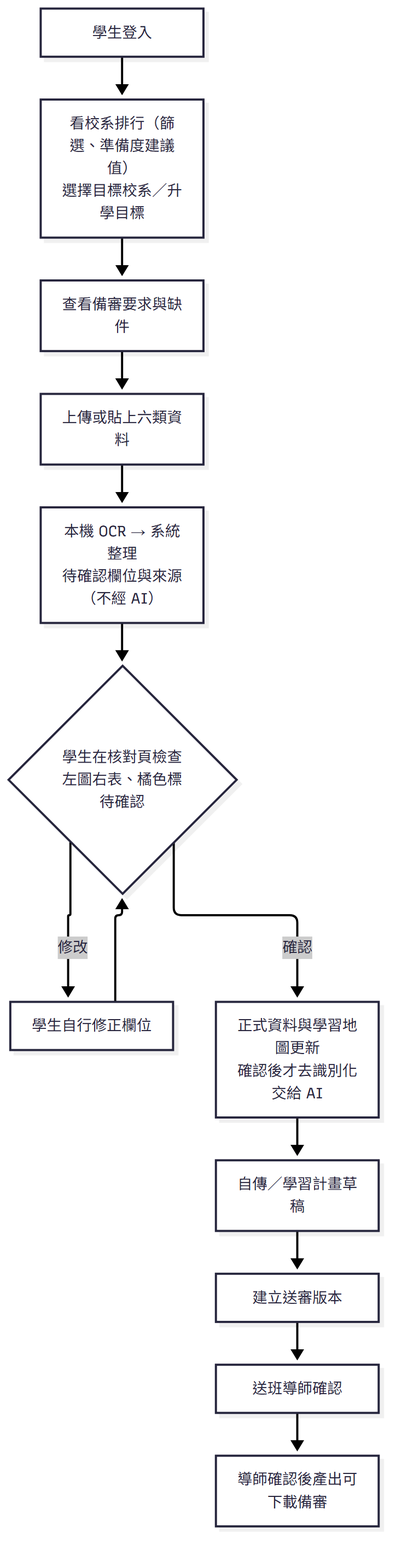
Above: docs/images/D-36-student-detailed-flow.png in 111534107/smart-learning-portfolio-main (Mermaid), before the change. Its source is kept beside it as docs/images/D-36-student-detailed-flow.mmd.
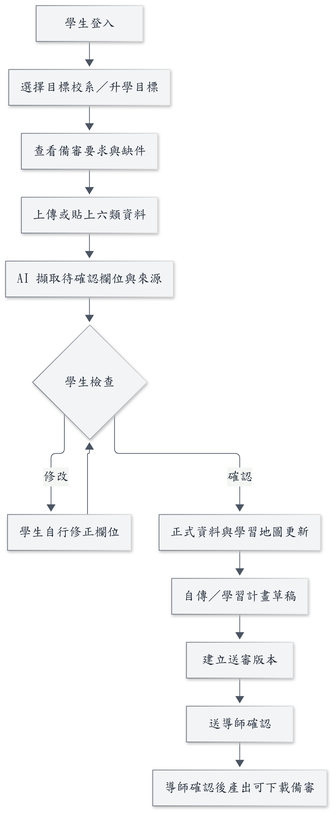
The same diagram one commit later.

What changed in the source:
```diff
@@ -1,13 +1,13 @@
 flowchart TD
-  A[學生登入] --> B[看校系排行（篩選、準備度建議值）<br/>選擇目標校系／升學目標]
+  A[學生登入] --> B[選擇目標校系／升學目標]
   B --> C[查看備審要求與缺件]
   C --> D[上傳或貼上六類資料]
-  D --> E[本機 OCR → 系統整理<br/>待確認欄位與來源（不經 AI）]
-  E --> F{學生在核對頁檢查<br/>左圖右表、橘色標待確認}
+  D --> E[AI 擷取待確認欄位與來源]
+  E --> F{學生檢查}
   F -- 修改 --> F1[學生自行修正欄位]
   F1 --> F
-  F -- 確認 --> G[正式資料與學習地圖更新<br/>確認後才去識別化交給 AI]
+  F -- 確認 --> G[正式資料與學習地圖更新]
   G --> H[自傳／學習計畫草稿]
   H --> I[建立送審版本]
-  I --> J[送班導師確認]
+  I --> J[送導師確認]
   J --> K[導師確認後產出可下載備審]
```
